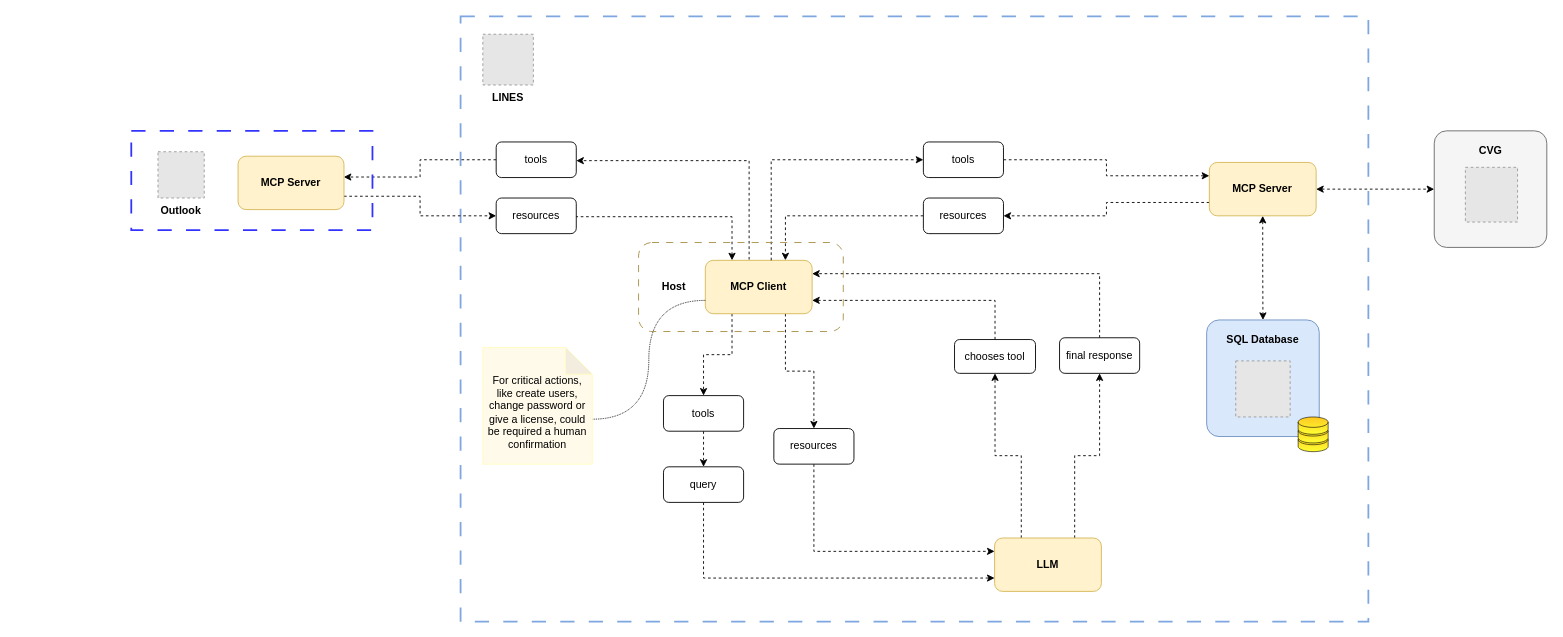
lines-frlp-utn/mcp-tics-agent keeps this draw.io diagram as docs/mcp-tics-agent.drawio. Above is the earlier version. Source tidied: cells renumbered, new cells numbered last; positions are measured from the earlier drawing's top-left corner, leaving out a move shared by most shapes. Both pictures are drawn from the tidied source at 89%, with x=0, y=0 at pixel (131, 16). Pictures stored in the file or linked from it are replaced by grey dashed boxes.
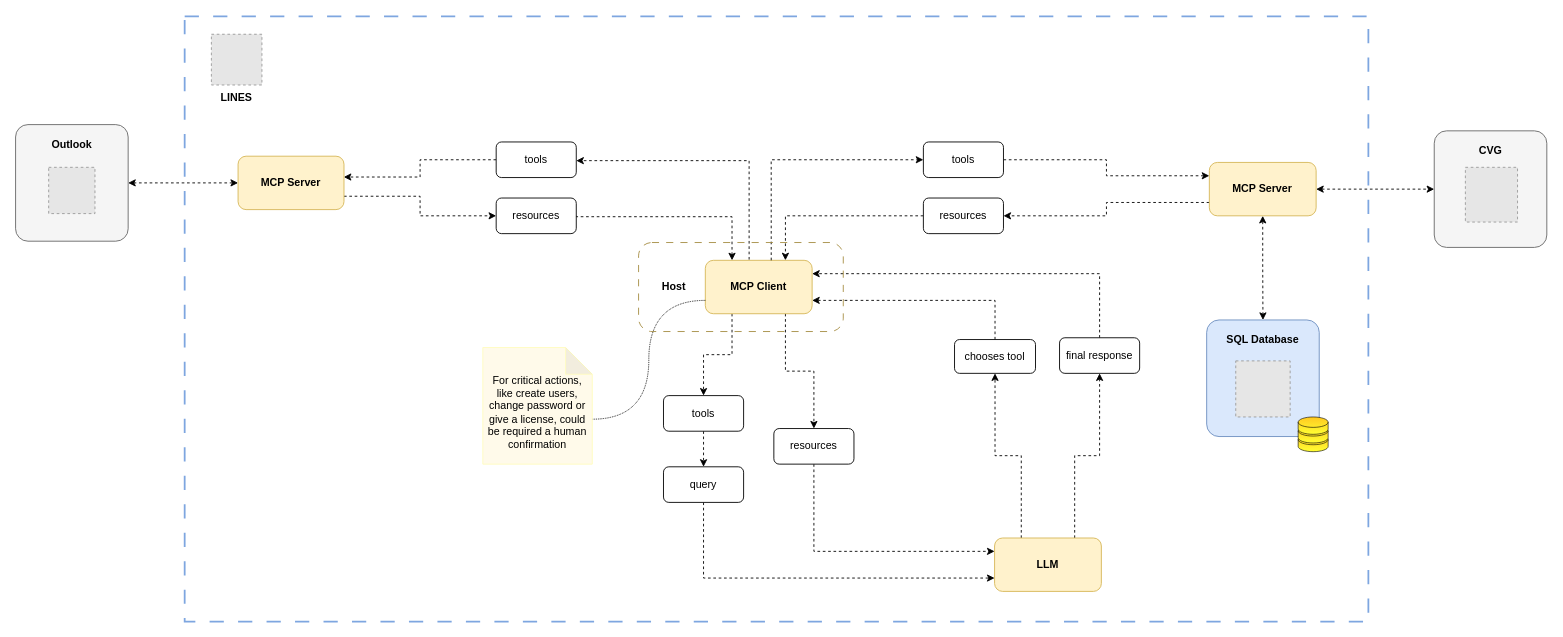
The same diagram, later.

Commit message (it also covers changes not shown here):
docs: update MCP diagram

The change refers to these unchanged cells:
```xml
<mxCell id="35" value="&lt;b&gt;MCP Server&lt;/b&gt;" style="rounded=1;whiteSpace=wrap;html=1;fillColor=#fff2cc;strokeColor=#d6b656;" parent="1" vertex="1">
  <mxGeometry x="120" y="157" width="119" height="60" as="geometry" />
</mxCell>
```

Change to the diagram source:
```diff
@@
     <mxCell id="2" style="rounded=0;whiteSpace=wrap;html=1;dashed=1;dashPattern=8 8;fillColor=none;strokeColor=#7EA6E0;strokeWidth=2;glass=0;" parent="1" vertex="1">
-      <mxGeometry x="370" width="1020" height="680" as="geometry" />
+      <mxGeometry x="60" width="1330" height="680" as="geometry" />
     </mxCell>
@@
+    <mxCell id="46" style="edgeStyle=orthogonalEdgeStyle;rounded=0;jettySize=auto;html=1;exitX=0;exitY=0.5;exitDx=0;exitDy=0;entryX=1;entryY=0.5;entryDx=0;entryDy=0;startArrow=classic;startFill=1;dashed=1;" parent="1" edge="1" source="35" target="47">
+      <mxGeometry relative="1" as="geometry" />
+    </mxCell>
@@
-    <mxCell id="36" style="rounded=0;whiteSpace=wrap;html=1;dashed=1;dashPattern=8 8;fillColor=none;strokeColor=#3333FF;strokeWidth=2;" parent="1" vertex="1">
-      <mxGeometry y="128.5" width="271" height="111.5" as="geometry" />
-    </mxCell>
     <mxCell id="37" value="LINES" style="fillColor=#E6E6E6;strokeColor=#999999;dashed=1;verticalLabelPosition=bottom;labelBackgroundColor=default;verticalAlign=top;fontStyle=1;" parent="1" vertex="1">
-      <mxGeometry x="395" y="20" width="56.8" height="57" as="geometry" />
+      <mxGeometry x="90" y="20" width="56.8" height="57" as="geometry" />
     </mxCell>
@@
-    <mxCell id="40" value="Outlook" style="fillColor=#E6E6E6;strokeColor=#999999;dashed=1;verticalLabelPosition=bottom;labelBackgroundColor=default;verticalAlign=top;fontStyle=1;" parent="1" vertex="1">
-      <mxGeometry x="30" y="152" width="52" height="52" as="geometry" />
-    </mxCell>
@@
+    <mxCell id="47" value="&lt;font color=&quot;#000000&quot; style=&quot;font-size: 12px;&quot; face=&quot;Helvetica&quot;&gt;&lt;b&gt;Outlook&lt;/b&gt;&lt;/font&gt;" style="rounded=1;whiteSpace=wrap;html=1;shadow=0;comic=0;strokeColor=#666666;strokeWidth=1;fillColor=#f5f5f5;fontFamily=Verdana;fontSize=28;align=center;arcSize=11;verticalAlign=top;fontColor=#333333;spacing=-5;" parent="1" vertex="1">
+      <mxGeometry x="-130" y="121.5" width="126.5" height="131" as="geometry" />
+    </mxCell>
+    <mxCell id="40" style="fillColor=#E6E6E6;strokeColor=#999999;dashed=1;verticalLabelPosition=bottom;labelBackgroundColor=default;verticalAlign=top;fontStyle=1;" parent="1" vertex="1">
+      <mxGeometry x="-92.8" y="169.5" width="52" height="52" as="geometry" />
+    </mxCell>
```
